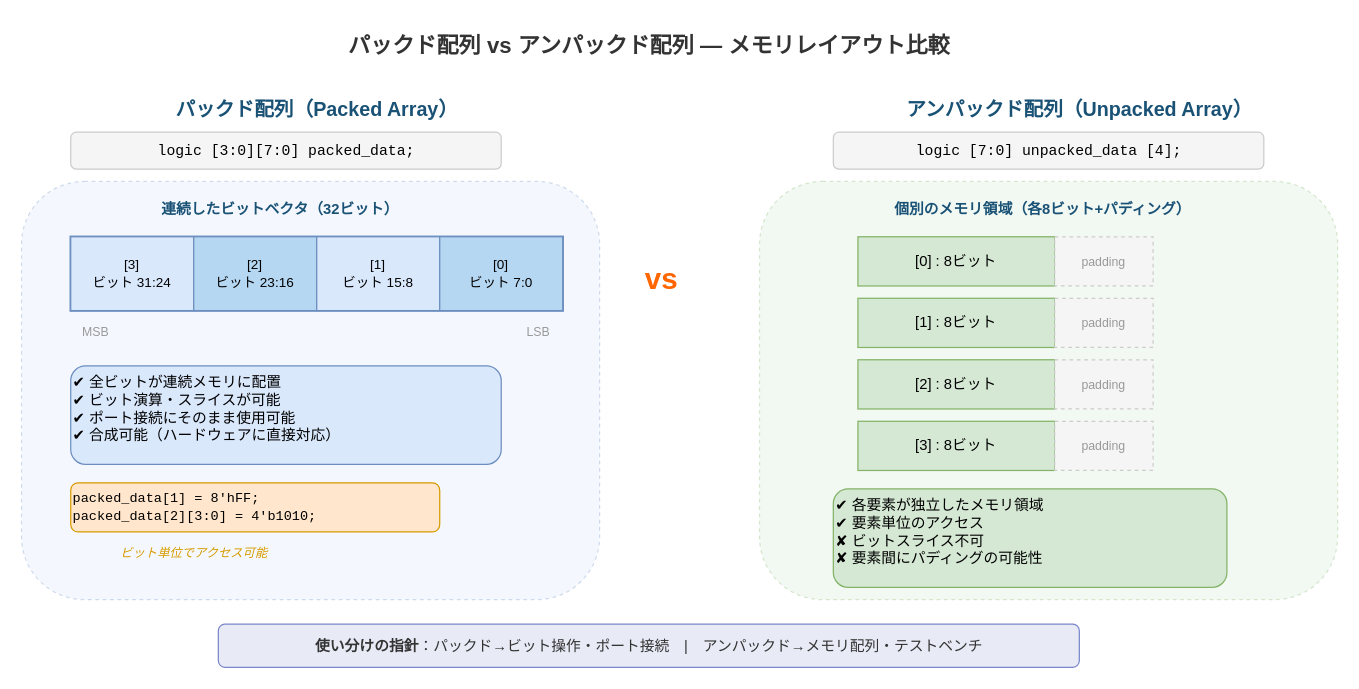
This is images/systemverilog-guidebook/ch04_packed_vs_unpacked.drawio from aquaxis/webdoc, a draw.io file, before an edit. Source tidied: cells renumbered, new cells numbered last; positions are measured from the earlier drawing's top-left corner, leaving out a move shared by most shapes. Both pictures are drawn from the tidied source at 123%, with x=0, y=0 at pixel (21, 21).
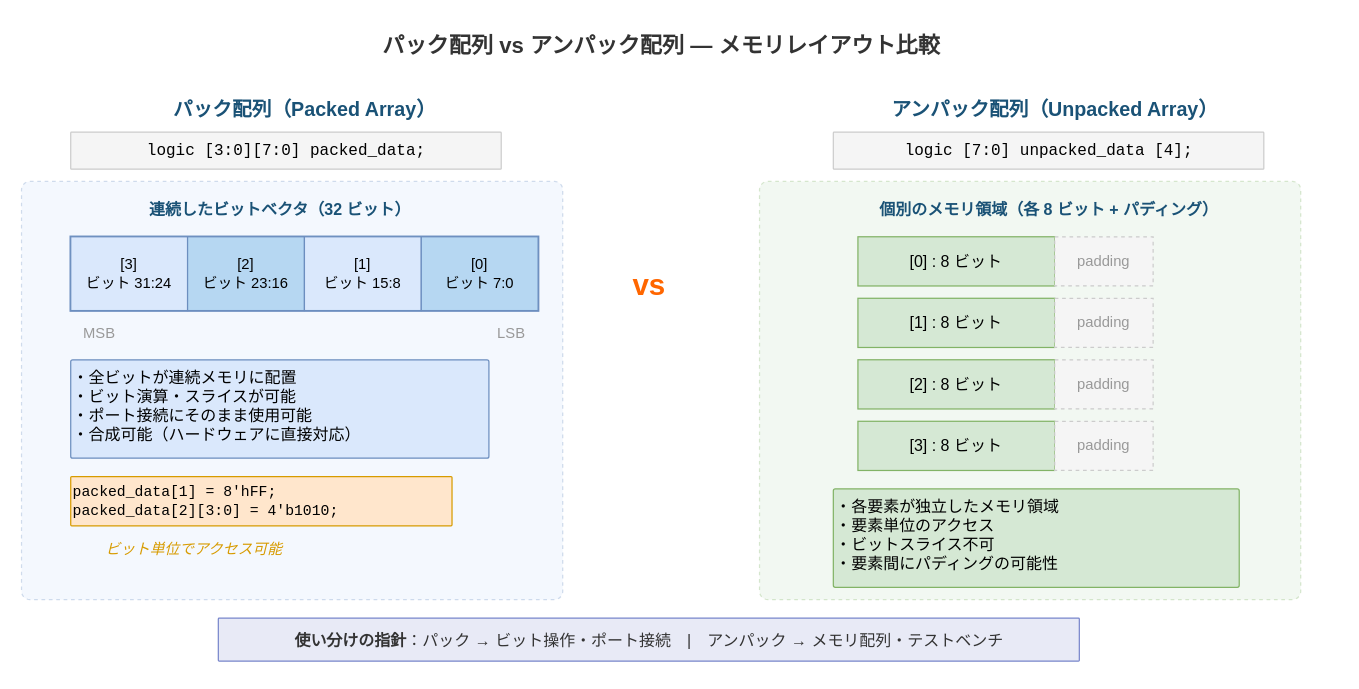
After the change.

Diff of the diagram source:
```diff
@@
-    <mxCell id="2" value="パックド配列 vs アンパックド配列 — メモリレイアウト比較" style="text;html=1;align=center;verticalAlign=middle;strokeColor=none;fillColor=none;fontSize=18;fontStyle=1;fontColor=#333333;" parent="1" vertex="1">
-      <mxGeometry x="210" width="600" height="40" as="geometry" />
+    <mxCell id="2" value="&lt;b&gt;パック配列 vs アンパック配列 — メモリレイアウト比較&lt;/b&gt;" style="text;html=1;align=center;verticalAlign=middle;strokeColor=none;fillColor=none;fontSize=18;fontColor=#333333;" parent="1" vertex="1">
+      <mxGeometry x="240" width="560" height="40" as="geometry" />
     </mxCell>
-    <mxCell id="3" value="パックド配列（Packed Array）" style="text;html=1;fontSize=16;fontStyle=1;align=center;fontColor=#1a5276;" parent="1" vertex="1">
-      <mxGeometry x="40" y="55" width="400" height="30" as="geometry" />
+    <mxCell id="3" value="&lt;b&gt;パック配列（Packed Array）&lt;/b&gt;" style="text;html=1;fontSize=16;fontStyle=1;align=center;fontColor=#1a5276;" parent="1" vertex="1">
+      <mxGeometry x="40" y="55" width="380" height="30" as="geometry" />
     </mxCell>
-    <mxCell id="4" value="&lt;font face=&quot;monospace&quot;&gt;logic [3:0][7:0] packed_data;&lt;/font&gt;" style="text;html=1;align=center;verticalAlign=middle;fillColor=#f5f5f5;strokeColor=#cccccc;rounded=1;fontSize=12;" parent="1" vertex="1">
+    <mxCell id="4" value="&lt;font face=&quot;monospace&quot;&gt;logic [3:0][7:0] packed_data;&lt;/font&gt;" style="text;html=1;align=center;verticalAlign=middle;fillColor=#f5f5f5;strokeColor=#cccccc;rounded=1;arcSize=2;fontSize=13;" parent="1" vertex="1">
       <mxGeometry x="40" y="90" width="350" height="30" as="geometry" />
     </mxCell>
-    <mxCell id="5" style="rounded=1;whiteSpace=wrap;html=1;fillColor=#dae8fc;strokeColor=#6c8ebf;dashed=1;opacity=30;" parent="1" vertex="1">
-      <mxGeometry y="130" width="470" height="340" as="geometry" />
+    <mxCell id="5" style="rounded=1;arcSize=2;whiteSpace=wrap;html=1;fillColor=#dae8fc;strokeColor=#6c8ebf;dashed=1;opacity=30;" parent="1" vertex="1">
+      <mxGeometry y="130" width="440" height="340" as="geometry" />
     </mxCell>
-    <mxCell id="6" value="&lt;b&gt;連続したビットベクタ（32ビット）&lt;/b&gt;" style="text;html=1;align=center;verticalAlign=middle;strokeColor=none;fillColor=none;fontSize=12;fontColor=#1a5276;" parent="1" vertex="1">
+    <mxCell id="6" value="&lt;b&gt;連続したビットベクタ（32 ビット）&lt;/b&gt;" style="text;html=1;align=center;verticalAlign=middle;strokeColor=none;fillColor=none;fontSize=13;fontColor=#1a5276;" parent="1" vertex="1">
       <mxGeometry x="60" y="140" width="300" height="25" as="geometry" />
     </mxCell>
     <mxCell id="7" style="rounded=0;whiteSpace=wrap;html=1;fillColor=none;strokeColor=#6c8ebf;strokeWidth=2;" parent="1" vertex="1">
-      <mxGeometry x="40" y="175" width="400" height="60" as="geometry" />
+      <mxGeometry x="40" y="175" width="380" height="60" as="geometry" />
     </mxCell>
-    <mxCell id="8" value="[3]&lt;br&gt;ビット 31:24" style="rounded=0;whiteSpace=wrap;html=1;fillColor=#dae8fc;strokeColor=#6c8ebf;fontSize=11;" parent="1" vertex="1">
-      <mxGeometry x="40" y="175" width="100" height="60" as="geometry" />
+    <mxCell id="8" value="[3]&lt;br&gt;ビット 31:24" style="rounded=0;whiteSpace=wrap;html=1;fillColor=#dae8fc;strokeColor=#6c8ebf;fontSize=12;" parent="1" vertex="1">
+      <mxGeometry x="40" y="175" width="95" height="60" as="geometry" />
     </mxCell>
-    <mxCell id="9" value="[2]&lt;br&gt;ビット 23:16" style="rounded=0;whiteSpace=wrap;html=1;fillColor=#b6d7f2;strokeColor=#6c8ebf;fontSize=11;" parent="1" vertex="1">
-      <mxGeometry x="140" y="175" width="100" height="60" as="geometry" />
+    <mxCell id="9" value="[2]&lt;br&gt;ビット 23:16" style="rounded=0;whiteSpace=wrap;html=1;fillColor=#b6d7f2;strokeColor=#6c8ebf;fontSize=12;" parent="1" vertex="1">
+      <mxGeometry x="135" y="175" width="95" height="60" as="geometry" />
     </mxCell>
-    <mxCell id="10" value="[1]&lt;br&gt;ビット 15:8" style="rounded=0;whiteSpace=wrap;html=1;fillColor=#dae8fc;strokeColor=#6c8ebf;fontSize=11;" parent="1" vertex="1">
-      <mxGeometry x="240" y="175" width="100" height="60" as="geometry" />
+    <mxCell id="10" value="[1]&lt;br&gt;ビット 15:8" style="rounded=0;whiteSpace=wrap;html=1;fillColor=#dae8fc;strokeColor=#6c8ebf;fontSize=12;" parent="1" vertex="1">
+      <mxGeometry x="230" y="175" width="95" height="60" as="geometry" />
     </mxCell>
-    <mxCell id="11" value="[0]&lt;br&gt;ビット 7:0" style="rounded=0;whiteSpace=wrap;html=1;fillColor=#b6d7f2;strokeColor=#6c8ebf;fontSize=11;" parent="1" vertex="1">
-      <mxGeometry x="340" y="175" width="100" height="60" as="geometry" />
+    <mxCell id="11" value="[0]&lt;br&gt;ビット 7:0" style="rounded=0;whiteSpace=wrap;html=1;fillColor=#b6d7f2;strokeColor=#6c8ebf;fontSize=12;" parent="1" vertex="1">
+      <mxGeometry x="325" y="175" width="95" height="60" as="geometry" />
     </mxCell>
-    <mxCell id="12" value="MSB" style="text;html=1;align=center;fontSize=10;fontColor=#999999;" parent="1" vertex="1">
-      <mxGeometry x="40" y="240" width="40" height="20" as="geometry" />
+    <mxCell id="12" value="MSB" style="text;html=1;align=center;fontSize=12;fontColor=#999999;" parent="1" vertex="1">
+      <mxGeometry x="40" y="240" width="45" height="20" as="geometry" />
     </mxCell>
-    <mxCell id="13" value="LSB" style="text;html=1;align=center;fontSize=10;fontColor=#999999;" parent="1" vertex="1">
-      <mxGeometry x="400" y="240" width="40" height="20" as="geometry" />
+    <mxCell id="13" value="LSB" style="text;html=1;align=center;fontSize=12;fontColor=#999999;" parent="1" vertex="1">
+      <mxGeometry x="375" y="240" width="45" height="20" as="geometry" />
     </mxCell>
-    <mxCell id="14" value="✔ 全ビットが連続メモリに配置&lt;br&gt;✔ ビット演算・スライスが可能&lt;br&gt;✔ ポート接続にそのまま使用可能&lt;br&gt;✔ 合成可能（ハードウェアに直接対応）" style="text;html=1;align=left;verticalAlign=top;fillColor=#dae8fc;strokeColor=#6c8ebf;fontSize=12;rounded=1;" parent="1" vertex="1">
-      <mxGeometry x="40" y="280" width="350" height="80" as="geometry" />
+    <mxCell id="14" value="・全ビットが連続メモリに配置&lt;br&gt;・ビット演算・スライスが可能&lt;br&gt;・ポート接続にそのまま使用可能&lt;br&gt;・合成可能（ハードウェアに直接対応）" style="text;html=1;align=left;verticalAlign=top;fillColor=#dae8fc;strokeColor=#6c8ebf;fontSize=13;rounded=1;arcSize=2;" parent="1" vertex="1">
+      <mxGeometry x="40" y="275" width="340" height="80" as="geometry" />
     </mxCell>
-    <mxCell id="15" value="&lt;font face=&quot;monospace&quot;&gt;packed_data[1] = 8'hFF;&lt;br&gt;packed_data[2][3:0] = 4'b1010;&lt;/font&gt;" style="text;html=1;align=left;verticalAlign=middle;fillColor=#ffe6cc;strokeColor=#d79b00;rounded=1;fontSize=11;" parent="1" vertex="1">
-      <mxGeometry x="40" y="375" width="300" height="40" as="geometry" />
+    <mxCell id="15" value="&lt;font face=&quot;monospace&quot;&gt;packed_data[1] = 8'hFF;&lt;br&gt;packed_data[2][3:0] = 4'b1010;&lt;/font&gt;" style="text;html=1;align=left;verticalAlign=middle;fillColor=#ffe6cc;strokeColor=#d79b00;rounded=1;arcSize=2;fontSize=12;" parent="1" vertex="1">
+      <mxGeometry x="40" y="370" width="310" height="40" as="geometry" />
     </mxCell>
-    <mxCell id="16" value="ビット単位でアクセス可能" style="text;html=1;align=center;fontSize=10;fontColor=#d79b00;fontStyle=2;" parent="1" vertex="1">
-      <mxGeometry x="40" y="420" width="200" height="20" as="geometry" />
+    <mxCell id="16" value="ビット単位でアクセス可能" style="text;html=1;align=center;fontSize=12;fontColor=#d79b00;fontStyle=2;" parent="1" vertex="1">
+      <mxGeometry x="40" y="415" width="200" height="25" as="geometry" />
     </mxCell>
-    <mxCell id="17" value="アンパックド配列（Unpacked Array）" style="text;html=1;fontSize=16;fontStyle=1;align=center;fontColor=#1a5276;" parent="1" vertex="1">
-      <mxGeometry x="660" y="55" width="400" height="30" as="geometry" />
+    <mxCell id="17" value="&lt;b&gt;アンパック配列（Unpacked Array）&lt;/b&gt;" style="text;html=1;fontSize=16;fontStyle=1;align=center;fontColor=#1a5276;" parent="1" vertex="1">
+      <mxGeometry x="640" y="55" width="400" height="30" as="geometry" />
     </mxCell>
-    <mxCell id="18" value="&lt;font face=&quot;monospace&quot;&gt;logic [7:0] unpacked_data [4];&lt;/font&gt;" style="text;html=1;align=center;verticalAlign=middle;fillColor=#f5f5f5;strokeColor=#cccccc;rounded=1;fontSize=12;" parent="1" vertex="1">
+    <mxCell id="18" value="&lt;font face=&quot;monospace&quot;&gt;logic [7:0] unpacked_data [4];&lt;/font&gt;" style="text;html=1;align=center;verticalAlign=middle;fillColor=#f5f5f5;strokeColor=#cccccc;rounded=1;arcSize=2;fontSize=13;" parent="1" vertex="1">
       <mxGeometry x="660" y="90" width="350" height="30" as="geometry" />
     </mxCell>
-    <mxCell id="19" style="rounded=1;whiteSpace=wrap;html=1;fillColor=#d5e8d4;strokeColor=#82b366;dashed=1;opacity=30;" parent="1" vertex="1">
-      <mxGeometry x="600" y="130" width="470" height="340" as="geometry" />
+    <mxCell id="19" style="rounded=1;arcSize=2;whiteSpace=wrap;html=1;fillColor=#d5e8d4;strokeColor=#82b366;dashed=1;opacity=30;" parent="1" vertex="1">
+      <mxGeometry x="600" y="130" width="440" height="340" as="geometry" />
     </mxCell>
-    <mxCell id="20" value="&lt;b&gt;個別のメモリ領域（各8ビット+パディング）&lt;/b&gt;" style="text;html=1;align=center;verticalAlign=middle;strokeColor=none;fillColor=none;fontSize=12;fontColor=#1a5276;" parent="1" vertex="1">
-      <mxGeometry x="660" y="140" width="340" height="25" as="geometry" />
+    <mxCell id="20" value="&lt;b&gt;個別のメモリ領域（各 8 ビット + パディング）&lt;/b&gt;" style="text;html=1;align=center;verticalAlign=middle;strokeColor=none;fillColor=none;fontSize=13;fontColor=#1a5276;" parent="1" vertex="1">
+      <mxGeometry x="660" y="140" width="350" height="25" as="geometry" />
     </mxCell>
-    <mxCell id="21" value="[0] : 8ビット" style="rounded=0;whiteSpace=wrap;html=1;fillColor=#d5e8d4;strokeColor=#82b366;fontSize=12;" parent="1" vertex="1">
+    <mxCell id="21" value="[0] : 8 ビット" style="rounded=0;whiteSpace=wrap;html=1;fillColor=#d5e8d4;strokeColor=#82b366;fontSize=13;" parent="1" vertex="1">
       <mxGeometry x="680" y="175" width="160" height="40" as="geometry" />
     </mxCell>
-    <mxCell id="22" value="padding" style="rounded=0;whiteSpace=wrap;html=1;fillColor=#f5f5f5;strokeColor=#cccccc;fontSize=10;fontColor=#999999;dashed=1;" parent="1" vertex="1">
+    <mxCell id="22" value="padding" style="rounded=0;whiteSpace=wrap;html=1;fillColor=#f5f5f5;strokeColor=#cccccc;fontSize=12;fontColor=#999999;dashed=1;" parent="1" vertex="1">
       <mxGeometry x="840" y="175" width="80" height="40" as="geometry" />
     </mxCell>
-    <mxCell id="23" value="[1] : 8ビット" style="rounded=0;whiteSpace=wrap;html=1;fillColor=#d5e8d4;strokeColor=#82b366;fontSize=12;" parent="1" vertex="1">
+    <mxCell id="23" value="[1] : 8 ビット" style="rounded=0;whiteSpace=wrap;html=1;fillColor=#d5e8d4;strokeColor=#82b366;fontSize=13;" parent="1" vertex="1">
       <mxGeometry x="680" y="225" width="160" height="40" as="geometry" />
     </mxCell>
-    <mxCell id="24" value="padding" style="rounded=0;whiteSpace=wrap;html=1;fillColor=#f5f5f5;strokeColor=#cccccc;fontSize=10;fontColor=#999999;dashed=1;" parent="1" vertex="1">
+    <mxCell id="24" value="padding" style="rounded=0;whiteSpace=wrap;html=1;fillColor=#f5f5f5;strokeColor=#cccccc;fontSize=12;fontColor=#999999;dashed=1;" parent="1" vertex="1">
       <mxGeometry x="840" y="225" width="80" height="40" as="geometry" />
     </mxCell>
-    <mxCell id="25" value="[2] : 8ビット" style="rounded=0;whiteSpace=wrap;html=1;fillColor=#d5e8d4;strokeColor=#82b366;fontSize=12;" parent="1" vertex="1">
+    <mxCell id="25" value="[2] : 8 ビット" style="rounded=0;whiteSpace=wrap;html=1;fillColor=#d5e8d4;strokeColor=#82b366;fontSize=13;" parent="1" vertex="1">
       <mxGeometry x="680" y="275" width="160" height="40" as="geometry" />
     </mxCell>
-    <mxCell id="26" value="padding" style="rounded=0;whiteSpace=wrap;html=1;fillColor=#f5f5f5;strokeColor=#cccccc;fontSize=10;fontColor=#999999;dashed=1;" parent="1" vertex="1">
+    <mxCell id="26" value="padding" style="rounded=0;whiteSpace=wrap;html=1;fillColor=#f5f5f5;strokeColor=#cccccc;fontSize=12;fontColor=#999999;dashed=1;" parent="1" vertex="1">
       <mxGeometry x="840" y="275" width="80" height="40" as="geometry" />
     </mxCell>
-    <mxCell id="27" value="[3] : 8ビット" style="rounded=0;whiteSpace=wrap;html=1;fillColor=#d5e8d4;strokeColor=#82b366;fontSize=12;" parent="1" vertex="1">
+    <mxCell id="27" value="[3] : 8 ビット" style="rounded=0;whiteSpace=wrap;html=1;fillColor=#d5e8d4;strokeColor=#82b366;fontSize=13;" parent="1" vertex="1">
       <mxGeometry x="680" y="325" width="160" height="40" as="geometry" />
     </mxCell>
-    <mxCell id="28" value="padding" style="rounded=0;whiteSpace=wrap;html=1;fillColor=#f5f5f5;strokeColor=#cccccc;fontSize=10;fontColor=#999999;dashed=1;" parent="1" vertex="1">
+    <mxCell id="28" value="padding" style="rounded=0;whiteSpace=wrap;html=1;fillColor=#f5f5f5;strokeColor=#cccccc;fontSize=12;fontColor=#999999;dashed=1;" parent="1" vertex="1">
       <mxGeometry x="840" y="325" width="80" height="40" as="geometry" />
     </mxCell>
-    <mxCell id="29" value="✔ 各要素が独立したメモリ領域&lt;br&gt;✔ 要素単位のアクセス&lt;br&gt;✘ ビットスライス不可&lt;br&gt;✘ 要素間にパディングの可能性" style="text;html=1;align=left;verticalAlign=top;fillColor=#d5e8d4;strokeColor=#82b366;fontSize=12;rounded=1;" parent="1" vertex="1">
-      <mxGeometry x="660" y="380" width="320" height="80" as="geometry" />
+    <mxCell id="29" value="・各要素が独立したメモリ領域&lt;br&gt;・要素単位のアクセス&lt;br&gt;・ビットスライス不可&lt;br&gt;・要素間にパディングの可能性" style="text;html=1;align=left;verticalAlign=top;fillColor=#d5e8d4;strokeColor=#82b366;fontSize=13;rounded=1;arcSize=2;" parent="1" vertex="1">
+      <mxGeometry x="660" y="380" width="330" height="80" as="geometry" />
     </mxCell>
     <mxCell id="30" value="&lt;b&gt;vs&lt;/b&gt;" style="text;html=1;align=center;verticalAlign=middle;fontSize=24;fontColor=#FF6600;fontStyle=1;" parent="1" vertex="1">
-      <mxGeometry x="490" y="190" width="60" height="40" as="geometry" />
+      <mxGeometry x="480" y="195" width="60" height="40" as="geometry" />
     </mxCell>
-    <mxCell id="31" value="&lt;b&gt;使い分けの指針&lt;/b&gt;：パックド→ビット操作・ポート接続　|　アンパックド→メモリ配列・テストベンチ" style="text;html=1;align=center;verticalAlign=middle;fillColor=#E8EAF6;strokeColor=#7986CB;rounded=1;fontSize=12;fontColor=#333333;" parent="1" vertex="1">
-      <mxGeometry x="160" y="490" width="700" height="35" as="geometry" />
+    <mxCell id="31" value="&lt;b&gt;使い分けの指針&lt;/b&gt;：パック → ビット操作・ポート接続　|　アンパック → メモリ配列・テストベンチ" style="text;html=1;align=center;verticalAlign=middle;fillColor=#E8EAF6;strokeColor=#7986CB;rounded=1;arcSize=2;fontSize=13;fontColor=#333333;" parent="1" vertex="1">
+      <mxGeometry x="160" y="485" width="700" height="35" as="geometry" />
     </mxCell>
```
